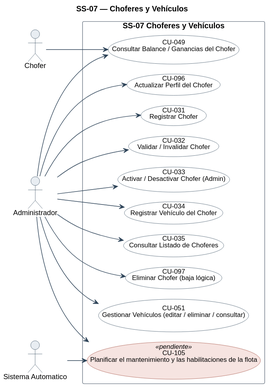
The PlantUML diagram diagramas/uml/CU_SS-07_Gestion-De-Choferes-Y-Vehiculos.svg in Nahuelito-Dev/splg-docs, before a commit. Its diagram source:
```plantuml
@startuml
!pragma layout smetana
title SS-07 — Choferes y Vehículos
left to right direction
skinparam backgroundColor #FFFFFF
skinparam shadowing false
skinparam defaultFontName Helvetica
skinparam defaultFontSize 13
skinparam ArrowColor #2C4257
skinparam actor {
  BorderColor #2C4257
  BackgroundColor #E8EDF2
}
skinparam usecase {
  BorderColor #2C4257
  BackgroundColor #FFFFFF
  FontSize 12
  BorderColor<<pendiente>> #9C4436
  BackgroundColor<<pendiente>> #F6E4E1
}
skinparam rectangle {
  BorderColor #6B7683
  FontSize 14
  FontStyle bold
}

actor "Chofer" as A2
actor "Administrador" as A3
actor "Sistema Automatico" as A4

rectangle "SS-07 Choferes y Vehículos" {
  usecase "CU-031\nRegistrar Chofer" as U31
  usecase "CU-032\nValidar / Invalidar Chofer" as U32
  usecase "CU-033\nActivar / Desactivar Chofer (Admin)" as U33
  usecase "CU-034\nRegistrar Vehículo del Chofer" as U34
  usecase "CU-035\nConsultar Listado de Choferes" as U35
  usecase "CU-049\nConsultar Balance / Ganancias del Chofer" as U49
  usecase "CU-051\nGestionar Vehículos (editar / eliminar / consultar)" as U51
  usecase "CU-096\nActualizar Perfil del Chofer" as U96
  usecase "CU-097\nEliminar Chofer (baja lógica)" as U97
  usecase "CU-105\nPlanificar el mantenimiento y las habilitaciones de la flota" as U105 <<pendiente>>
}

A3 --> U31
A3 --> U32
A3 --> U33
A3 --> U34
A3 --> U35
A2 --> U49
A3 --> U49
A3 --> U51
A3 --> U96
A3 --> U97
A3 --> U105
A4 --> U105
@enduml
```
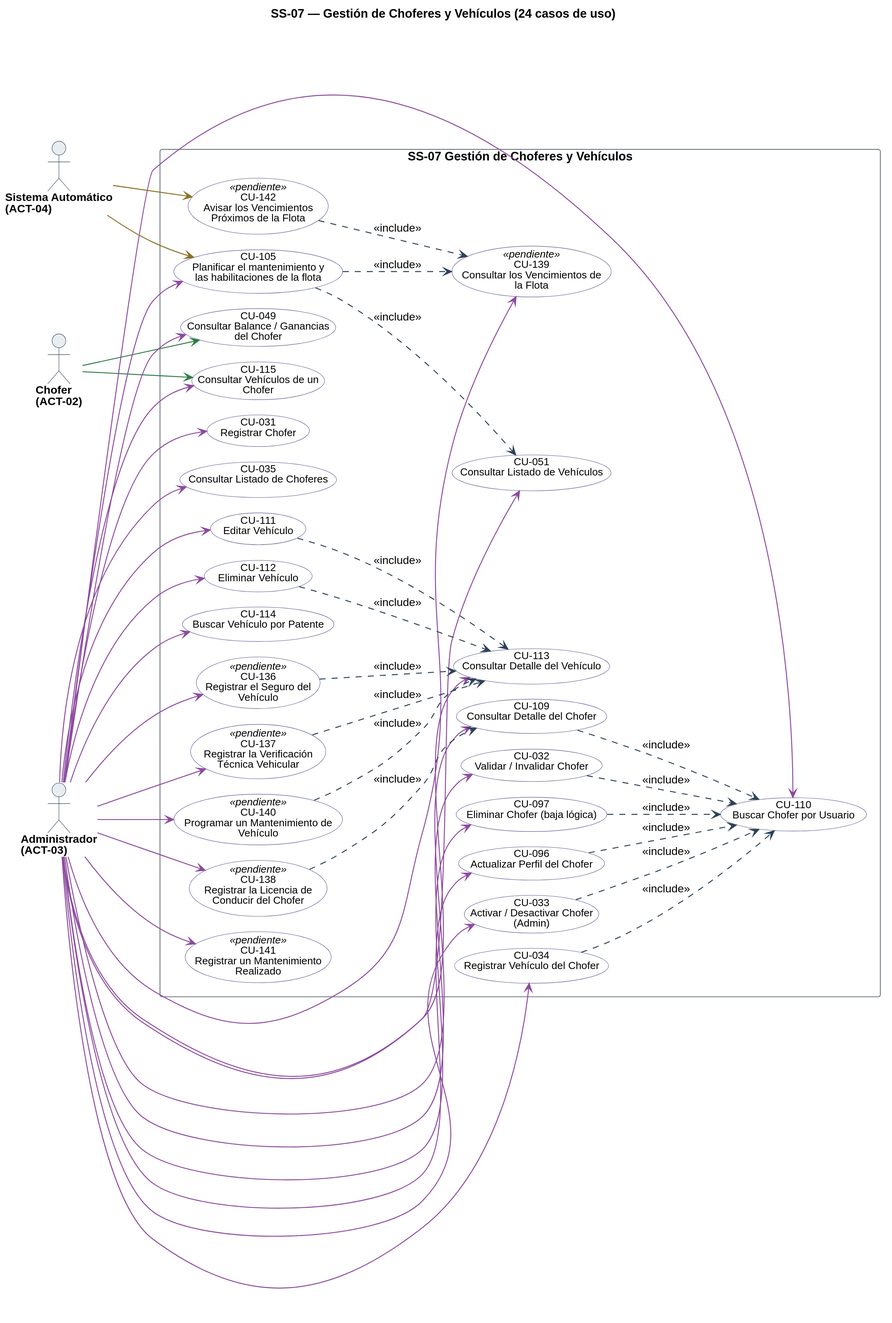
After the change.

The edit, as a diff of the source:
```diff
@@ -1,22 +1,23 @@
 @startuml
-!pragma layout smetana
-title SS-07 — Choferes y Vehículos
+title SS-07 — Gestión de Choferes y Vehículos (24 casos de uso)
 left to right direction
 skinparam backgroundColor #FFFFFF
 skinparam shadowing false
 skinparam defaultFontName Helvetica
 skinparam defaultFontSize 13
+skinparam dpi 150
 skinparam ArrowColor #2C4257
+skinparam ArrowThickness 1.1
 skinparam actor {
   BorderColor #2C4257
   BackgroundColor #E8EDF2
+  FontSize 13
+  FontStyle bold
 }
 skinparam usecase {
   BorderColor #2C4257
   BackgroundColor #FFFFFF
   FontSize 12
-  BorderColor<<pendiente>> #9C4436
-  BackgroundColor<<pendiente>> #F6E4E1
 }
 skinparam rectangle {
   BorderColor #6B7683
@@ -24,33 +25,85 @@
   FontStyle bold
 }
 
-actor "Chofer" as A2
-actor "Administrador" as A3
-actor "Sistema Automatico" as A4
-
-rectangle "SS-07 Choferes y Vehículos" {
-  usecase "CU-031\nRegistrar Chofer" as U31
-  usecase "CU-032\nValidar / Invalidar Chofer" as U32
-  usecase "CU-033\nActivar / Desactivar Chofer (Admin)" as U33
-  usecase "CU-034\nRegistrar Vehículo del Chofer" as U34
-  usecase "CU-035\nConsultar Listado de Choferes" as U35
-  usecase "CU-049\nConsultar Balance / Ganancias del Chofer" as U49
-  usecase "CU-051\nGestionar Vehículos (editar / eliminar / consultar)" as U51
-  usecase "CU-096\nActualizar Perfil del Chofer" as U96
-  usecase "CU-097\nEliminar Chofer (baja lógica)" as U97
-  usecase "CU-105\nPlanificar el mantenimiento y las habilitaciones de la flota" as U105 <<pendiente>>
+skinparam nodesep 18
+skinparam ranksep 70
+skinparam usecase {
+  BorderColor<<pendiente>> #9C4436
+  BackgroundColor<<pendiente>> #F6E4E1
 }
 
-A3 --> U31
-A3 --> U32
-A3 --> U33
-A3 --> U34
-A3 --> U35
-A2 --> U49
-A3 --> U49
-A3 --> U51
-A3 --> U96
-A3 --> U97
-A3 --> U105
-A4 --> U105
+actor "Chofer\n(ACT-02)" as A02
+actor "Administrador\n(ACT-03)" as A03
+actor "Sistema Automático\n(ACT-04)" as A04
+
+rectangle "SS-07 Gestión de Choferes y Vehículos" {
+  usecase "CU-031\nRegistrar Chofer" as U031 #back:FFFFFF;line:5A5896
+  usecase "CU-032\nValidar / Invalidar Chofer" as U032 #back:FFFFFF;line:5A5896
+  usecase "CU-033\nActivar / Desactivar Chofer\n(Admin)" as U033 #back:FFFFFF;line:5A5896
+  usecase "CU-034\nRegistrar Vehículo del Chofer" as U034 #back:FFFFFF;line:5A5896
+  usecase "CU-035\nConsultar Listado de Choferes" as U035 #back:FFFFFF;line:5A5896
+  usecase "CU-049\nConsultar Balance / Ganancias\ndel Chofer" as U049 #back:FFFFFF;line:5A5896
+  usecase "CU-051\nConsultar Listado de Vehículos" as U051 #back:FFFFFF;line:5A5896
+  usecase "CU-096\nActualizar Perfil del Chofer" as U096 #back:FFFFFF;line:5A5896
+  usecase "CU-097\nEliminar Chofer (baja lógica)" as U097 #back:FFFFFF;line:5A5896
+  usecase "CU-105\nPlanificar el mantenimiento y\nlas habilitaciones de la flota" as U105 #back:FFFFFF;line:5A5896
+  usecase "CU-109\nConsultar Detalle del Chofer" as U109 #back:FFFFFF;line:5A5896
+  usecase "CU-110\nBuscar Chofer por Usuario" as U110 #back:FFFFFF;line:5A5896
+  usecase "CU-111\nEditar Vehículo" as U111 #back:FFFFFF;line:5A5896
+  usecase "CU-112\nEliminar Vehículo" as U112 #back:FFFFFF;line:5A5896
+  usecase "CU-113\nConsultar Detalle del Vehículo" as U113 #back:FFFFFF;line:5A5896
+  usecase "CU-114\nBuscar Vehículo por Patente" as U114 #back:FFFFFF;line:5A5896
+  usecase "CU-115\nConsultar Vehículos de un\nChofer" as U115 #back:FFFFFF;line:5A5896
+  usecase "CU-136\nRegistrar el Seguro del\nVehículo" as U136 <<pendiente>> #back:FFFFFF;line:5A5896
+  usecase "CU-137\nRegistrar la Verificación\nTécnica Vehicular" as U137 <<pendiente>> #back:FFFFFF;line:5A5896
+  usecase "CU-138\nRegistrar la Licencia de\nConducir del Chofer" as U138 <<pendiente>> #back:FFFFFF;line:5A5896
+  usecase "CU-139\nConsultar los Vencimientos de\nla Flota" as U139 <<pendiente>> #back:FFFFFF;line:5A5896
+  usecase "CU-140\nProgramar un Mantenimiento de\nVehículo" as U140 <<pendiente>> #back:FFFFFF;line:5A5896
+  usecase "CU-141\nRegistrar un Mantenimiento\nRealizado" as U141 <<pendiente>> #back:FFFFFF;line:5A5896
+  usecase "CU-142\nAvisar los Vencimientos\nPróximos de la Flota" as U142 <<pendiente>> #back:FFFFFF;line:5A5896
+}
+
+A02 -[#2E7D46]-> U049
+A02 -[#2E7D46]-> U115
+A03 -[#8C4A9E]-> U031
+A03 -[#8C4A9E]-> U032
+A03 -[#8C4A9E]-> U033
+A03 -[#8C4A9E]-> U034
+A03 -[#8C4A9E]-> U035
+A03 -[#8C4A9E]-> U049
+A03 -[#8C4A9E]-> U051
+A03 -[#8C4A9E]-> U096
+A03 -[#8C4A9E]-> U097
+A03 -[#8C4A9E]-> U105
+A03 -[#8C4A9E]-> U109
+A03 -[#8C4A9E]-> U110
+A03 -[#8C4A9E]-> U111
+A03 -[#8C4A9E]-> U112
+A03 -[#8C4A9E]-> U113
+A03 -[#8C4A9E]-> U114
+A03 -[#8C4A9E]-> U115
+A03 -[#8C4A9E]-> U136
+A03 -[#8C4A9E]-> U137
+A03 -[#8C4A9E]-> U138
+A03 -[#8C4A9E]-> U139
+A03 -[#8C4A9E]-> U140
+A03 -[#8C4A9E]-> U141
+A04 -[#8A6D1F]-> U105
+A04 -[#8A6D1F]-> U142
+
+U136 ..> U113 : <<include>>
+U137 ..> U113 : <<include>>
+U140 ..> U113 : <<include>>
+U138 ..> U109 : <<include>>
+U105 ..> U139 : <<include>>
+U142 ..> U139 : <<include>>
+U096 ..> U110 : <<include>>
+U097 ..> U110 : <<include>>
+U109 ..> U110 : <<include>>
+U032 ..> U110 : <<include>>
+U033 ..> U110 : <<include>>
+U034 ..> U110 : <<include>>
+U111 ..> U113 : <<include>>
+U112 ..> U113 : <<include>>
+U105 ..> U051 : <<include>>
 @enduml
```
